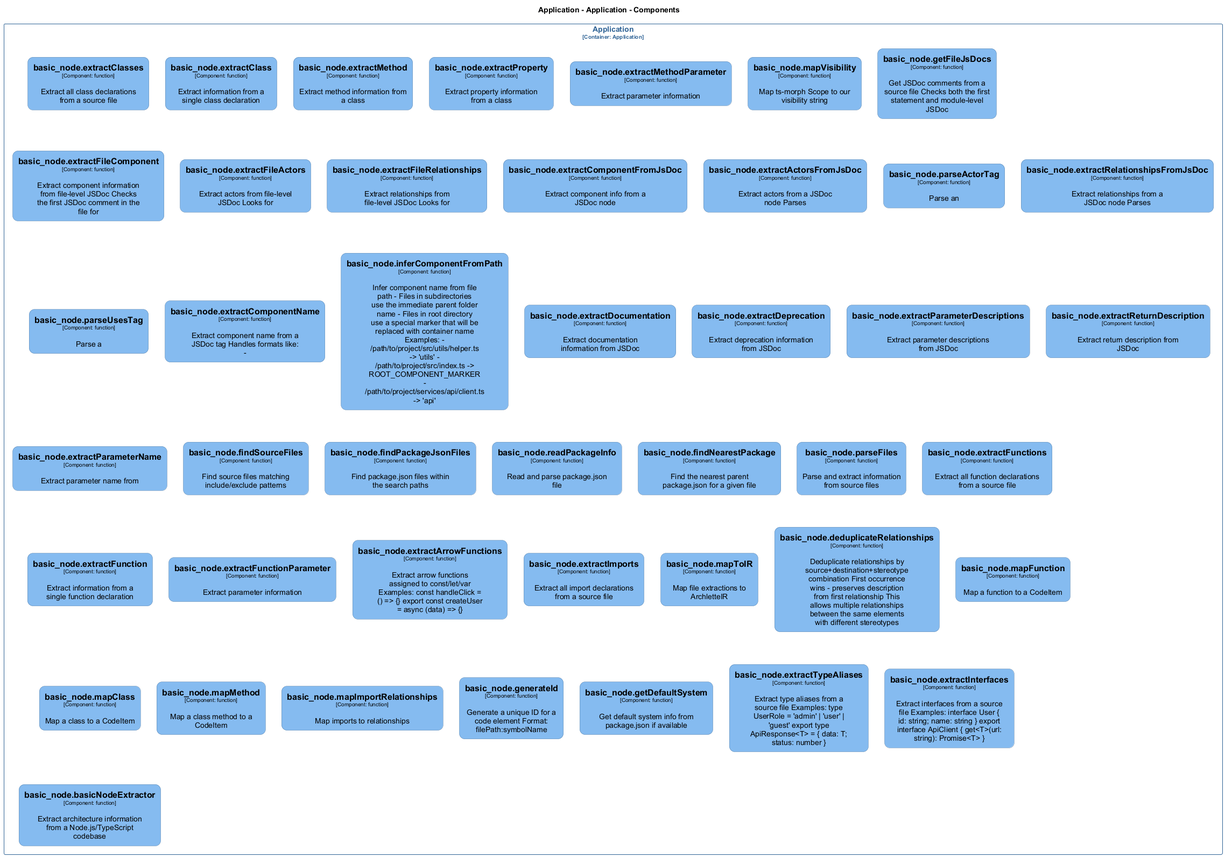
Before: docs/architecture/diagrams/structurizr-Classes_default_container__basic_node.png, a diagram exported from PlantUML (chrislyons-dev/archlette).
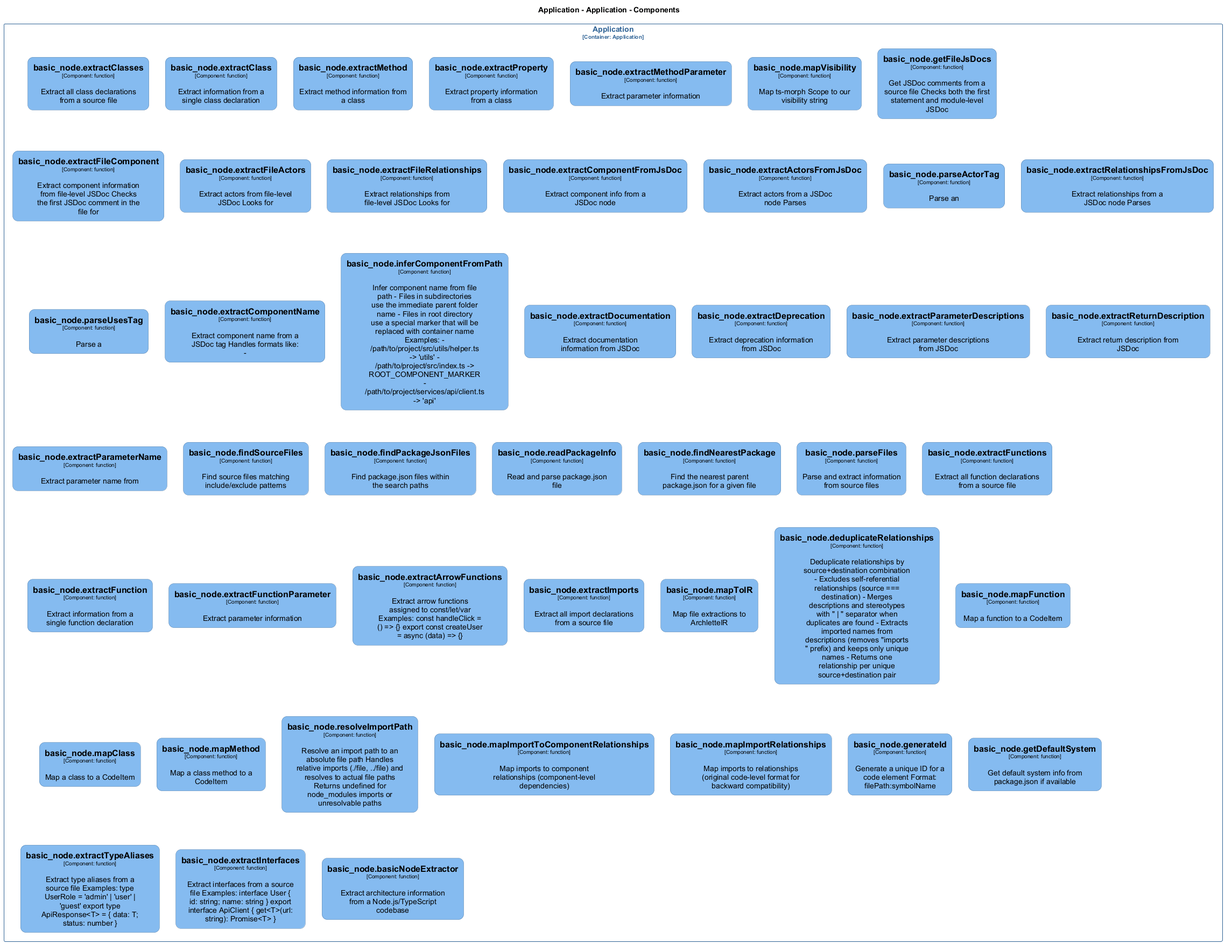
The same diagram one commit later.

Diff of the diagram source:
```diff
@@ -268,6 +268,13 @@
   roundCorner 20
   shadowing false
 }
+skinparam rectangle<<Application.Application.basic_nodemapImportToComponentRelationships>> {
+  BackgroundColor #85bbf0
+  FontColor #000000
+  BorderColor #5d82a8
+  roundCorner 20
+  shadowing false
+}
 skinparam rectangle<<Application.Application.basic_nodemapMethod>> {
   BackgroundColor #85bbf0
   FontColor #000000
@@ -317,6 +324,13 @@
   roundCorner 20
   shadowing false
 }
+skinparam rectangle<<Application.Application.basic_noderesolveImportPath>> {
+  BackgroundColor #85bbf0
+  FontColor #000000
+  BorderColor #5d82a8
+  roundCorner 20
+  shadowing false
+}
 skinparam rectangle<<Application.Application>> {
   BorderColor #2e6295
   FontColor #2e6295
@@ -357,11 +371,13 @@
   rectangle "==basic_node.extractArrowFunctions\n<size:10>[Component: function]</size>\n\nExtract arrow functions assigned to const/let/var Examples: const handleClick = () => {} export const createUser = async (data) => {}" <<Application.Application.basic_nodeextractArrowFunctions>> as Application.Application.basic_nodeextractArrowFunctions
   rectangle "==basic_node.extractImports\n<size:10>[Component: function]</size>\n\nExtract all import declarations from a source file" <<Application.Application.basic_nodeextractImports>> as Application.Application.basic_nodeextractImports
   rectangle "==basic_node.mapToIR\n<size:10>[Component: function]</size>\n\nMap file extractions to ArchletteIR" <<Application.Application.basic_nodemapToIR>> as Application.Application.basic_nodemapToIR
-  rectangle "==basic_node.deduplicateRelationships\n<size:10>[Component: function]</size>\n\nDeduplicate relationships by source+destination+stereotype combination First occurrence wins - preserves description from first relationship This allows multiple relationships between the same elements with different stereotypes" <<Application.Application.basic_nodededuplicateRelationships>> as Application.Application.basic_nodededuplicateRelationships
+  rectangle "==basic_node.deduplicateRelationships\n<size:10>[Component: function]</size>\n\nDeduplicate relationships by source+destination combination - Excludes self-referential relationships (source === destination) - Merges descriptions and stereotypes with " | " separator when duplicates are found - Extracts imported names from descriptions (removes "imports " prefix) and keeps only unique names - Returns one relationship per unique source+destination pair" <<Application.Application.basic_nodededuplicateRelationships>> as Application.Application.basic_nodededuplicateRelationships
   rectangle "==basic_node.mapFunction\n<size:10>[Component: function]</size>\n\nMap a function to a CodeItem" <<Application.Application.basic_nodemapFunction>> as Application.Application.basic_nodemapFunction
   rectangle "==basic_node.mapClass\n<size:10>[Component: function]</size>\n\nMap a class to a CodeItem" <<Application.Application.basic_nodemapClass>> as Application.Application.basic_nodemapClass
   rectangle "==basic_node.mapMethod\n<size:10>[Component: function]</size>\n\nMap a class method to a CodeItem" <<Application.Application.basic_nodemapMethod>> as Application.Application.basic_nodemapMethod
-  rectangle "==basic_node.mapImportRelationships\n<size:10>[Component: function]</size>\n\nMap imports to relationships" <<Application.Application.basic_nodemapImportRelationships>> as Application.Application.basic_nodemapImportRelationships
+  rectangle "==basic_node.resolveImportPath\n<size:10>[Component: function]</size>\n\nResolve an import path to an absolute file path Handles relative imports (./file, ../file) and resolves to actual file paths Returns undefined for node_modules imports or unresolvable paths" <<Application.Application.basic_noderesolveImportPath>> as Application.Application.basic_noderesolveImportPath
+  rectangle "==basic_node.mapImportToComponentRelationships\n<size:10>[Component: function]</size>\n\nMap imports to component relationships (component-level dependencies)" <<Application.Application.basic_nodemapImportToComponentRelationships>> as Application.Application.basic_nodemapImportToComponentRelationships
+  rectangle "==basic_node.mapImportRelationships\n<size:10>[Component: function]</size>\n\nMap imports to relationships (original code-level format for backward compatibility)" <<Application.Application.basic_nodemapImportRelationships>> as Application.Application.basic_nodemapImportRelationships
   rectangle "==basic_node.generateId\n<size:10>[Component: function]</size>\n\nGenerate a unique ID for a code element Format: filePath:symbolName" <<Application.Application.basic_nodegenerateId>> as Application.Application.basic_nodegenerateId
   rectangle "==basic_node.getDefaultSystem\n<size:10>[Component: function]</size>\n\nGet default system info from package.json if available" <<Application.Application.basic_nodegetDefaultSystem>> as Application.Application.basic_nodegetDefaultSystem
   rectangle "==basic_node.extractTypeAliases\n<size:10>[Component: function]</size>\n\nExtract type aliases from a source file Examples: type UserRole = 'admin' | 'user' | 'guest' export type ApiResponse<T> = { data: T; status: number }" <<Application.Application.basic_nodeextractTypeAliases>> as Application.Application.basic_nodeextractTypeAliases
```
